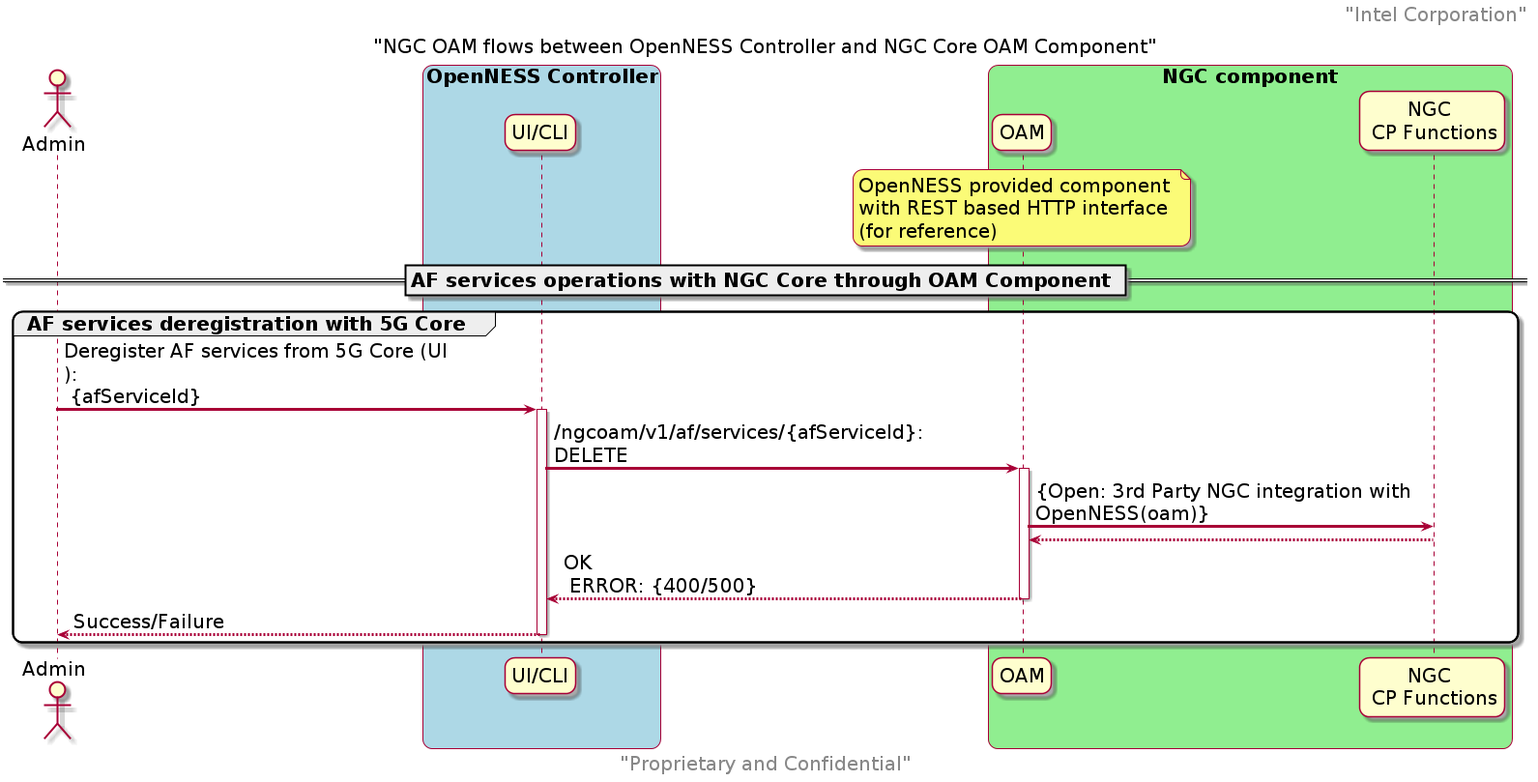
Above: doc/reference-architectures/core-network/ngc-images/ngcoam_af_service_delete.png in smart-edge-open/ido-specs (PlantUML), before the change. Source of this version:
```plantuml
@startuml

skinparam monochrome false
skinparam roundcorner 20
skinparam defaultFontName "Intel Clear"
skinparam defaultFontSize 20
skinparam maxmessagesize 400
skinparam sequenceArrowThickness 3

header "Intel Corporation"
footer "Proprietary and Confidential"
title "NGC OAM flows between OpenNESS Controller and NGC Core OAM Component"

actor "Admin" as user
box  "OpenNESS Controller" #LightBlue
participant "UI/CLI" as cnca
end box
box  "NGC component" #LightGreen
participant "OAM"  as oam
note over oam
   OpenNESS provided component
   with REST based HTTP interface
   (for reference)
end note
participant "NGC \n CP Functions" as ngccp
end box

== AF services operations with NGC Core through OAM Component ==

group AF services deregistration with 5G Core
    user -> cnca : Deregister AF services from 5G Core (UI): \n {afServiceId}
    activate cnca
    cnca -> oam : /ngcoam/v1/af/services/{afServiceId}: DELETE
    activate oam

    oam -> ngccp : {Open: 3rd Party NGC integration with OpenNESS(oam)}
    ngccp --> oam :
    oam --> cnca : OK \n ERROR: {400/500}
    deactivate oam
    cnca --> user : Success/Failure
    deactivate cnca
end

@enduml
```
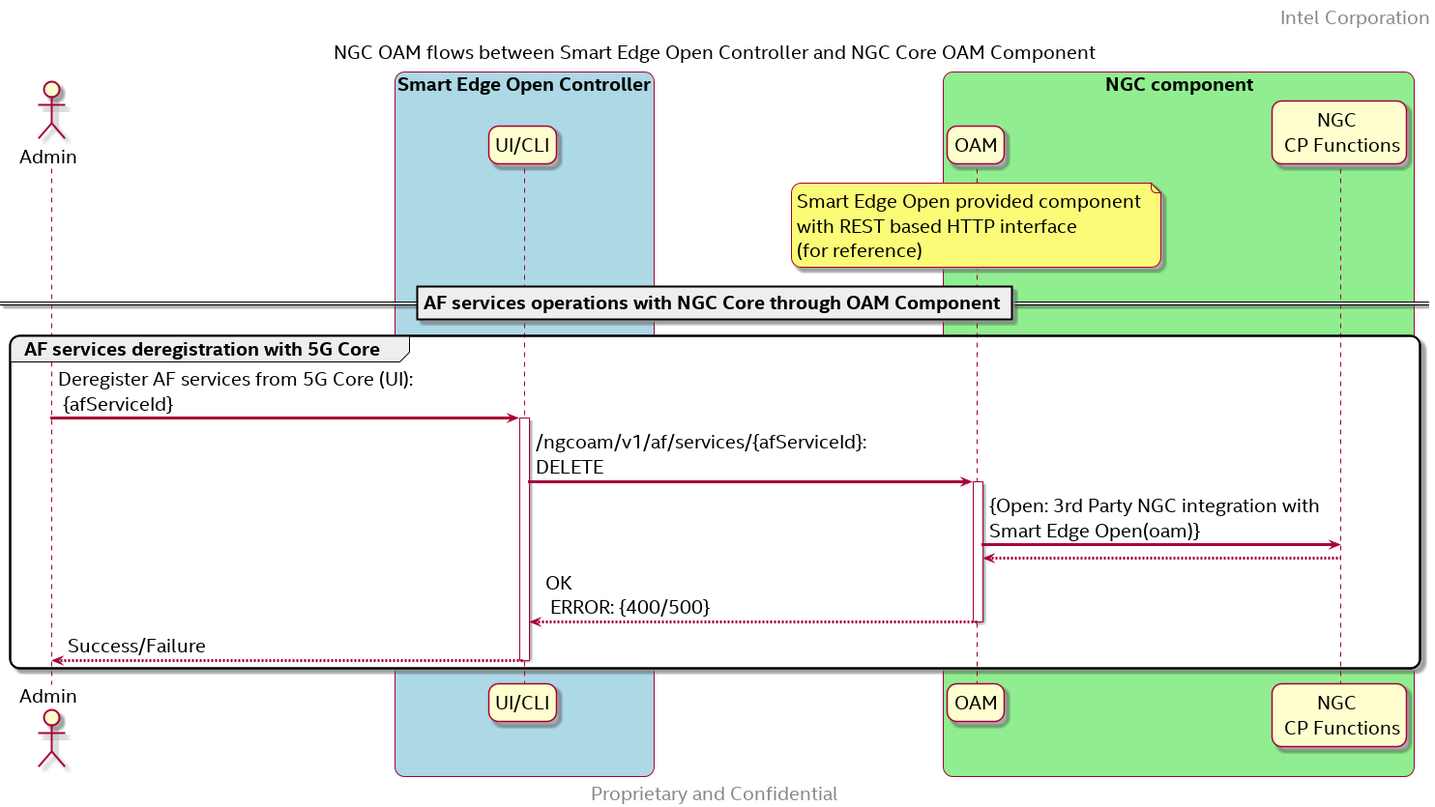
Above is the later version.

Change to the diagram source:
```diff
@@ -9,16 +9,16 @@
 
 header "Intel Corporation"
 footer "Proprietary and Confidential"
-title "NGC OAM flows between OpenNESS Controller and NGC Core OAM Component"
+title "NGC OAM flows between Smart Edge Open Controller and NGC Core OAM Component"
 
 actor "Admin" as user
-box  "OpenNESS Controller" #LightBlue
+box  "Smart Edge Open Controller" #LightBlue
 participant "UI/CLI" as cnca
 end box
 box  "NGC component" #LightGreen
 participant "OAM"  as oam
 note over oam
-   OpenNESS provided component
+   Smart Edge Open provided component
    with REST based HTTP interface
    (for reference)
 end note
@@ -33,7 +33,7 @@
     cnca -> oam : /ngcoam/v1/af/services/{afServiceId}: DELETE
     activate oam
 
-    oam -> ngccp : {Open: 3rd Party NGC integration with OpenNESS(oam)}
+    oam -> ngccp : {Open: 3rd Party NGC integration with Smart Edge Open(oam)}
     ngccp --> oam :
     oam --> cnca : OK \n ERROR: {400/500}
     deactivate oam
```
